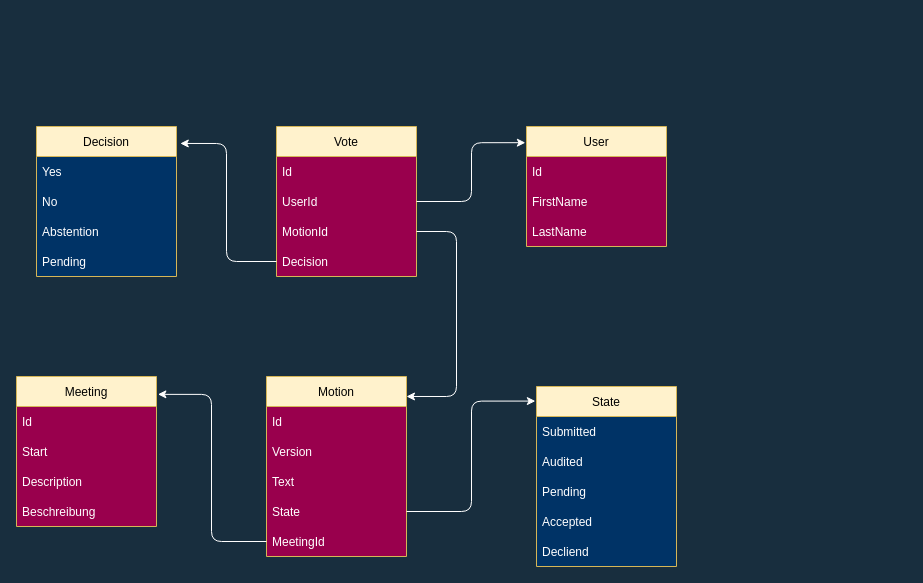
schnickalodeon/Parlivote keeps this draw.io diagram as Parlivote.Shared/Documentation/Untitled Diagram.drawio. Above is the earlier version. Source tidied: cells renumbered, new cells numbered last; positions are measured from the earlier drawing's top-left corner, leaving out a move shared by most shapes. Both pictures are drawn from the tidied source at 100%, with x=0, y=0 at pixel (16, 126).
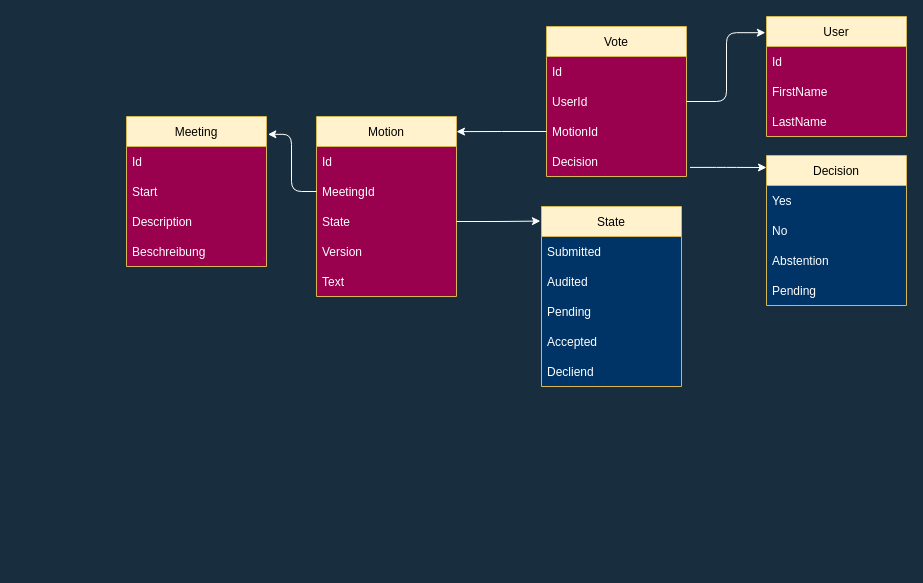
The same page after the edit.

The change refers to these unchanged cells:
```xml
<mxCell id="24" value="MotionId" style="text;strokeColor=none;fillColor=none;align=left;verticalAlign=middle;spacingLeft=4;spacingRight=4;overflow=hidden;points=[[0,0.5],[1,0.5]];portConstraint=eastwest;rounded=0;sketch=0;fontColor=#FFFFFF;" parent="21" vertex="1">
  <mxGeometry y="90" width="140" height="30" as="geometry" />
</mxCell>
<mxCell id="25" value="Decision" style="text;strokeColor=none;fillColor=none;align=left;verticalAlign=middle;spacingLeft=4;spacingRight=4;overflow=hidden;points=[[0,0.5],[1,0.5]];portConstraint=eastwest;rounded=0;sketch=0;fontColor=#FFFFFF;" parent="21" vertex="1">
  <mxGeometry y="120" width="140" height="30" as="geometry" />
</mxCell>
```

Change to the diagram source:
```diff
@@
     <mxCell id="2" value="Meeting" style="swimlane;fontStyle=0;horizontal=1;startSize=30;rounded=0;sketch=0;fontColor=default;strokeColor=#d6b656;fillColor=#fff2cc;labelBackgroundColor=none;swimlaneFillColor=#99004D;" parent="1" vertex="1">
-      <mxGeometry y="250" width="140" height="150" as="geometry" />
+      <mxGeometry x="110" y="-10" width="140" height="150" as="geometry" />
     </mxCell>
@@
     <mxCell id="7" value="Motion" style="swimlane;fontStyle=0;horizontal=1;startSize=30;rounded=0;sketch=0;fontColor=default;strokeColor=#d6b656;fillColor=#fff2cc;labelBackgroundColor=none;swimlaneFillColor=#99004D;" parent="1" vertex="1">
-      <mxGeometry x="250" y="250" width="140" height="180" as="geometry" />
+      <mxGeometry x="300" y="-10" width="140" height="180" as="geometry" />
     </mxCell>
@@
+    <mxCell id="12" value="MeetingId" style="text;strokeColor=none;fillColor=none;align=left;verticalAlign=middle;spacingLeft=4;spacingRight=4;overflow=hidden;points=[[0,0.5],[1,0.5]];portConstraint=eastwest;rounded=0;sketch=0;fontColor=#FFFFFF;" parent="7" vertex="1">
+      <mxGeometry y="60" width="140" height="30" as="geometry" />
+    </mxCell>
+    <mxCell id="11" value="State" style="text;strokeColor=none;fillColor=none;align=left;verticalAlign=middle;spacingLeft=4;spacingRight=4;overflow=hidden;points=[[0,0.5],[1,0.5]];portConstraint=eastwest;rounded=0;sketch=0;fontColor=#FFFFFF;" parent="7" vertex="1">
+      <mxGeometry y="90" width="140" height="30" as="geometry" />
+    </mxCell>
     <mxCell id="9" value="Version" style="text;strokeColor=none;fillColor=none;align=left;verticalAlign=middle;spacingLeft=4;spacingRight=4;overflow=hidden;rounded=0;sketch=0;fontColor=#FFFFFF;" parent="7" vertex="1">
-      <mxGeometry y="60" width="140" height="30" as="geometry" />
+      <mxGeometry y="120" width="140" height="30" as="geometry" />
     </mxCell>
     <mxCell id="10" value="Text" style="text;strokeColor=none;fillColor=none;align=left;verticalAlign=middle;spacingLeft=4;spacingRight=4;overflow=hidden;rounded=0;sketch=0;fontColor=#FFFFFF;" parent="7" vertex="1">
-      <mxGeometry y="90" width="140" height="30" as="geometry" />
+      <mxGeometry y="150" width="140" height="30" as="geometry" />
     </mxCell>
-    <mxCell id="11" value="State" style="text;strokeColor=none;fillColor=none;align=left;verticalAlign=middle;spacingLeft=4;spacingRight=4;overflow=hidden;points=[[0,0.5],[1,0.5]];portConstraint=eastwest;rounded=0;sketch=0;fontColor=#FFFFFF;" parent="7" vertex="1">
-      <mxGeometry y="120" width="140" height="30" as="geometry" />
-    </mxCell>
-    <mxCell id="12" value="MeetingId" style="text;strokeColor=none;fillColor=none;align=left;verticalAlign=middle;spacingLeft=4;spacingRight=4;overflow=hidden;points=[[0,0.5],[1,0.5]];portConstraint=eastwest;rounded=0;sketch=0;fontColor=#FFFFFF;" parent="7" vertex="1">
-      <mxGeometry y="150" width="140" height="30" as="geometry" />
-    </mxCell>
     <mxCell id="13" value="State" style="swimlane;fontStyle=0;horizontal=1;startSize=30;rounded=0;sketch=0;strokeColor=#d6b656;fillColor=#fff2cc;labelBackgroundColor=none;swimlaneFillColor=#003366;" parent="1" vertex="1">
-      <mxGeometry x="520" y="260" width="140" height="180" as="geometry" />
+      <mxGeometry x="525" y="80" width="140" height="180" as="geometry" />
     </mxCell>
@@
     <mxCell id="21" value="Vote" style="swimlane;fontStyle=0;horizontal=1;startSize=30;rounded=0;sketch=0;fontColor=default;strokeColor=#d6b656;fillColor=#fff2cc;labelBackgroundColor=none;swimlaneFillColor=#99004D;" parent="1" vertex="1">
-      <mxGeometry x="260" width="140" height="150" as="geometry" />
+      <mxGeometry x="530" y="-100" width="140" height="150" as="geometry" />
     </mxCell>
@@
     <mxCell id="26" value="User" style="swimlane;fontStyle=0;horizontal=1;startSize=30;rounded=0;sketch=0;fontColor=default;strokeColor=#d6b656;fillColor=#fff2cc;labelBackgroundColor=none;swimlaneFillColor=#99004D;" parent="1" vertex="1">
-      <mxGeometry x="510" width="140" height="120" as="geometry" />
+      <mxGeometry x="750" y="-110" width="140" height="120" as="geometry" />
     </mxCell>
@@
     <mxCell id="30" value="Decision" style="swimlane;fontStyle=0;horizontal=1;startSize=30;rounded=0;sketch=0;strokeColor=#d6b656;fillColor=#fff2cc;labelBackgroundColor=none;swimlaneFillColor=#003366;" parent="1" vertex="1">
-      <mxGeometry x="20" width="140" height="150" as="geometry" />
+      <mxGeometry x="750" y="29" width="140" height="150" as="geometry" />
     </mxCell>
@@
-    <mxCell id="35" style="edgeStyle=orthogonalEdgeStyle;curved=0;rounded=1;sketch=0;jettySize=auto;html=1;exitX=0;exitY=0.5;exitDx=0;exitDy=0;entryX=1.027;entryY=0.113;entryDx=0;entryDy=0;entryPerimeter=0;fontColor=#000000;strokeColor=#FFFFFF;" parent="1" edge="1" source="25" target="30">
+    <mxCell id="35" style="edgeStyle=orthogonalEdgeStyle;curved=0;rounded=1;sketch=0;jettySize=auto;html=1;entryX=0;entryY=0.08;entryDx=0;entryDy=0;entryPerimeter=0;fontColor=#000000;strokeColor=#FFFFFF;exitX=1.025;exitY=0.697;exitDx=0;exitDy=0;exitPerimeter=0;" parent="1" edge="1" source="25" target="30">
       <mxGeometry relative="1" as="geometry" />
     </mxCell>
@@
-    <mxCell id="37" style="edgeStyle=orthogonalEdgeStyle;curved=0;rounded=1;sketch=0;jettySize=auto;html=1;entryX=1;entryY=0.111;entryDx=0;entryDy=0;entryPerimeter=0;fontColor=#000000;strokeColor=#FFFFFF;" parent="1" edge="1" source="24" target="7">
-      <mxGeometry relative="1" as="geometry">
-        <Array as="points">
-          <mxPoint x="440" y="105" />
-          <mxPoint x="440" y="270" />
-        </Array>
-      </mxGeometry>
+    <mxCell id="37" style="edgeStyle=orthogonalEdgeStyle;rounded=0;jettySize=auto;html=1;exitX=0;exitY=0.5;exitDx=0;exitDy=0;entryX=1;entryY=0.084;entryDx=0;entryDy=0;entryPerimeter=0;strokeColor=#FFFFFF;" parent="1" edge="1" source="24" target="7">
+      <mxGeometry relative="1" as="geometry" />
     </mxCell>
```
